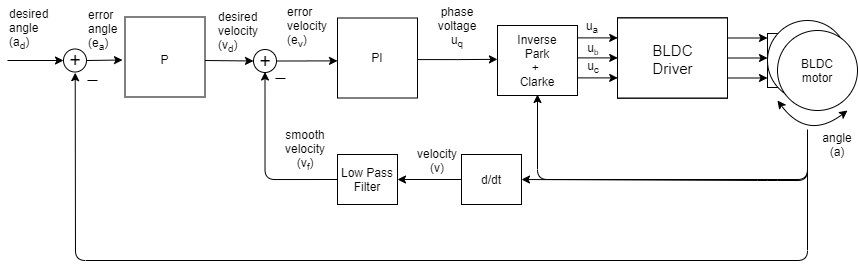
The draw.io diagram extras/Images/angle_loop.png in zhangzq71/Arduino-FOC, before a commit. Source tidied: cells renumbered, new cells last; positions are measured from the earlier drawing's top-left corner, leaving out a move shared by most shapes.
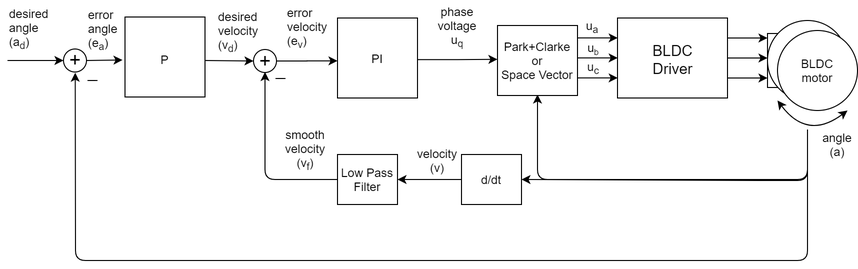
After the commit.

Change to the diagram source:
```diff
@@ -228,5 +228,8 @@
     <mxCell id="56" value="smooth&lt;br&gt;velocity (v&lt;sub&gt;f&lt;/sub&gt;)" style="text;html=1;strokeColor=none;fillColor=none;align=center;verticalAlign=middle;whiteSpace=wrap;rounded=0;" parent="1" vertex="1">
       <mxGeometry x="277.5" y="140" width="40" height="20" as="geometry" />
     </mxCell>
+    <mxCell id="57" value="Park+Clarke&lt;br&gt;or&lt;br&gt;Space Vector" style="rounded=0;whiteSpace=wrap;html=1;" parent="1" vertex="1">
+      <mxGeometry x="490" y="25" width="80" height="70" as="geometry" />
+    </mxCell>
   </root>
 </mxGraphModel>
```
